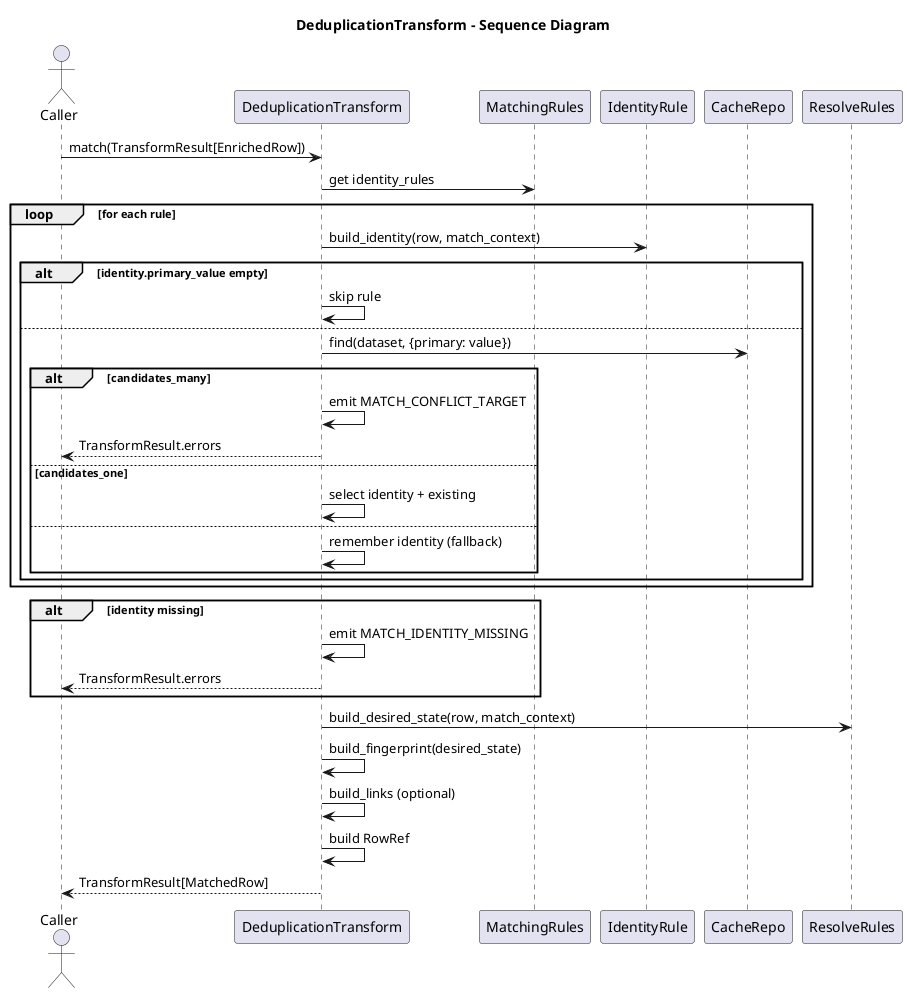
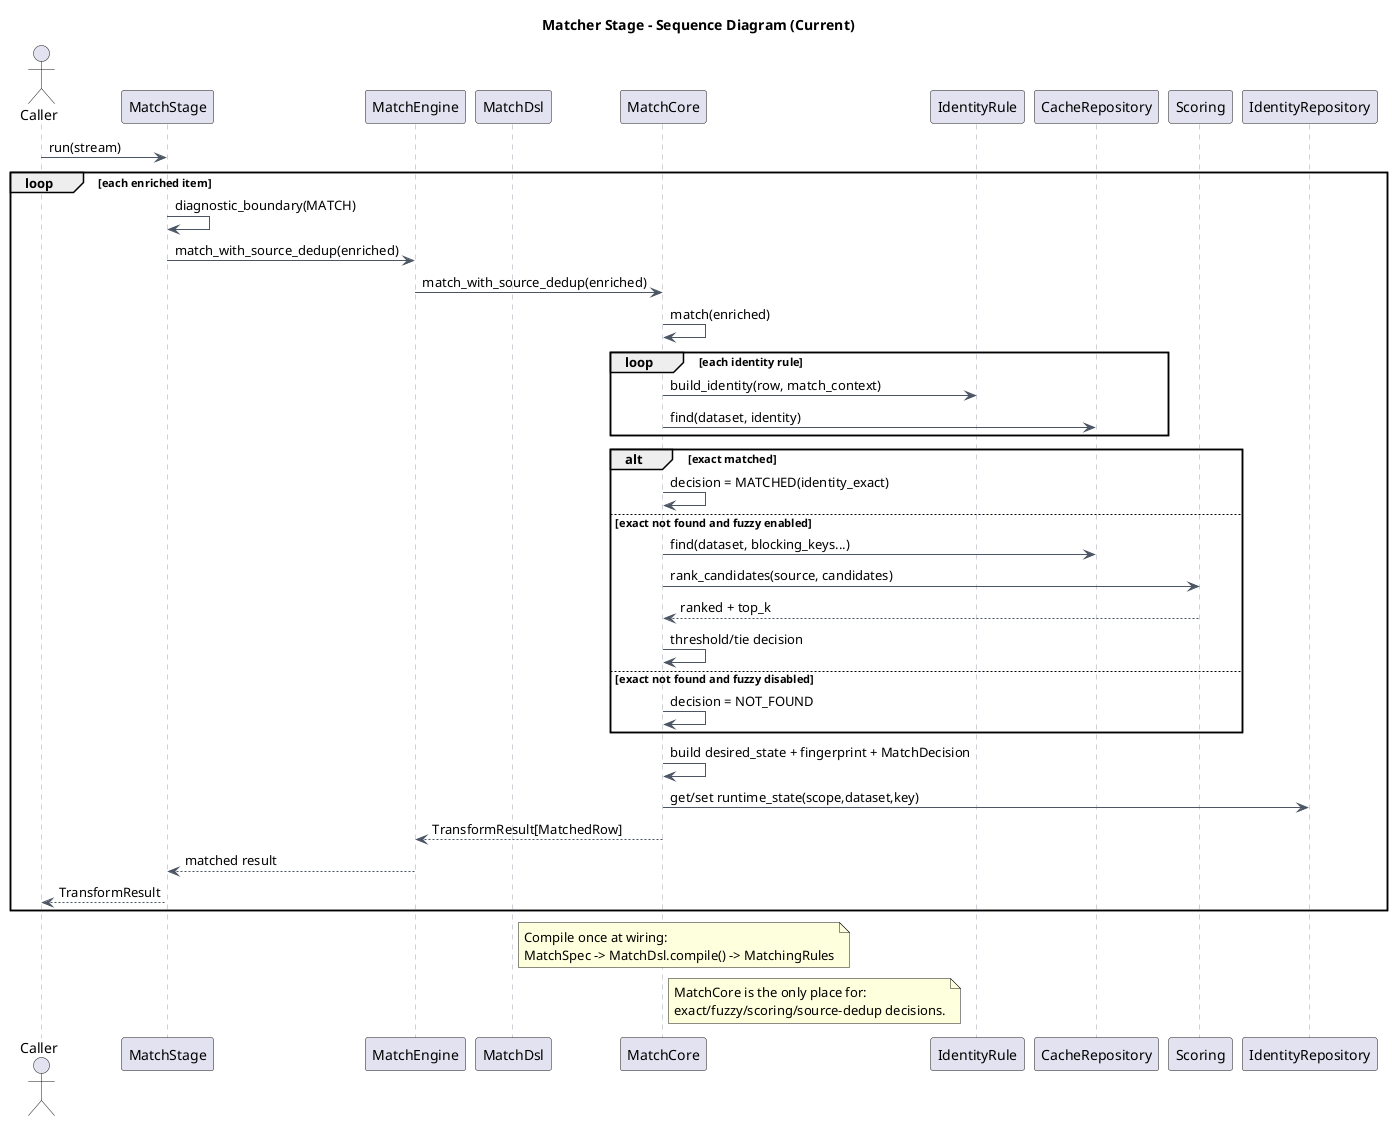
@startuml
- title DeduplicationTransform - Sequence Diagram
+ title Matcher Stage - Sequence Diagram (Current)
+ skinparam backgroundColor white
+ skinparam linetype ortho
+ skinparam defaultFontName Arial
+ skinparam sequence {
+   ArrowColor #4b5563
+   LifeLineBorderColor #9ca3af
+ }

actor Caller
- participant DeduplicationTransform
- participant MatchingRules
+ participant MatchStage
+ participant MatchEngine
+ participant MatchDsl
+ participant MatchCore
participant "IdentityRule" as Rule
- participant CacheRepo
- participant ResolveRules
+ participant CacheRepository
+ participant Scoring
+ participant IdentityRepository

- Caller -> DeduplicationTransform: match(TransformResult[EnrichedRow])
- DeduplicationTransform -> MatchingRules: get identity_rules
- loop for each rule
-   DeduplicationTransform -> Rule: build_identity(row, match_context)
-   alt identity.primary_value empty
-     DeduplicationTransform -> DeduplicationTransform: skip rule
-   else
-     DeduplicationTransform -> CacheRepo: find(dataset, {primary: value})
-     alt candidates_many
-       DeduplicationTransform -> DeduplicationTransform: emit MATCH_CONFLICT_TARGET
-       DeduplicationTransform --> Caller: TransformResult.errors
-     else candidates_one
-       DeduplicationTransform -> DeduplicationTransform: select identity + existing
-     else
-       DeduplicationTransform -> DeduplicationTransform: remember identity (fallback)
-     end
+ Caller -> MatchStage: run(stream)
+ loop each enriched item
+   MatchStage -> MatchStage: diagnostic_boundary(MATCH)
+   MatchStage -> MatchEngine: match_with_source_dedup(enriched)
+   MatchEngine -> MatchCore: match_with_source_dedup(enriched)
+   MatchCore -> MatchCore: match(enriched)
+   loop each identity rule
+     MatchCore -> Rule: build_identity(row, match_context)
+     MatchCore -> CacheRepository: find(dataset, identity)
  end
+ 
+   alt exact matched
+     MatchCore -> MatchCore: decision = MATCHED(identity_exact)
+   else exact not found and fuzzy enabled
+     MatchCore -> CacheRepository: find(dataset, blocking_keys...)
+     MatchCore -> Scoring: rank_candidates(source, candidates)
+     Scoring --> MatchCore: ranked + top_k
+     MatchCore -> MatchCore: threshold/tie decision
+   else exact not found and fuzzy disabled
+     MatchCore -> MatchCore: decision = NOT_FOUND
+   end
+ 
+   MatchCore -> MatchCore: build desired_state + fingerprint + MatchDecision
+   MatchCore -> IdentityRepository: get/set runtime_state(scope,dataset,key)
+   MatchCore --> MatchEngine: TransformResult[MatchedRow]
+   MatchEngine --> MatchStage: matched result
+   MatchStage --> Caller: TransformResult
end
- alt identity missing
-   DeduplicationTransform -> DeduplicationTransform: emit MATCH_IDENTITY_MISSING
-   DeduplicationTransform --> Caller: TransformResult.errors
- end
- DeduplicationTransform -> ResolveRules: build_desired_state(row, match_context)
- DeduplicationTransform -> DeduplicationTransform: build_fingerprint(desired_state)
- DeduplicationTransform -> DeduplicationTransform: build_links (optional)
- DeduplicationTransform -> DeduplicationTransform: build RowRef
- DeduplicationTransform --> Caller: TransformResult[MatchedRow]
+ 
+ note right of MatchDsl
+ Compile once at wiring:
+ MatchSpec -> MatchDsl.compile() -> MatchingRules
+ end note
+ 
+ note right of MatchCore
+ MatchCore is the only place for:
+ exact/fuzzy/scoring/source-dedup decisions.
+ end note

@enduml
